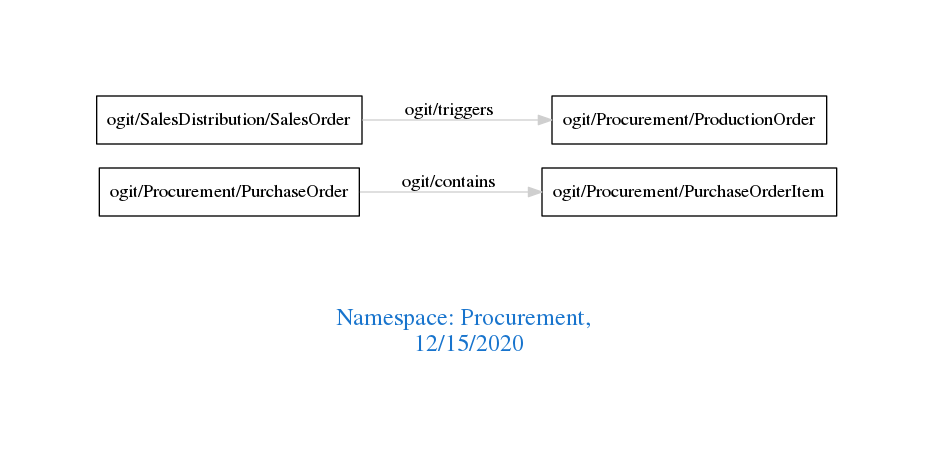
Before: downloads/Procurement.png, a diagram exported from Graphviz (arago/OGIT). Its source is kept beside it as downloads/Procurement.dot. Its diagram source:
```dot
digraph OGIT_ontology {
 graph [ rankdir= LR,pad=1
fontsize = 18,
fontcolor= dodgerblue3,label = "\n\n\nNamespace: Procurement, \n 12/15/2020"];
node[shape=polygon];
edge [  color="gray81"];

   "ogit/Procurement/PurchaseOrder" -> "ogit/Procurement/PurchaseOrderItem" [label="   ogit/contains    "];
   "ogit/SalesDistribution/SalesOrder" -> "ogit/Procurement/ProductionOrder" [label="   ogit/triggers    "];
}
```
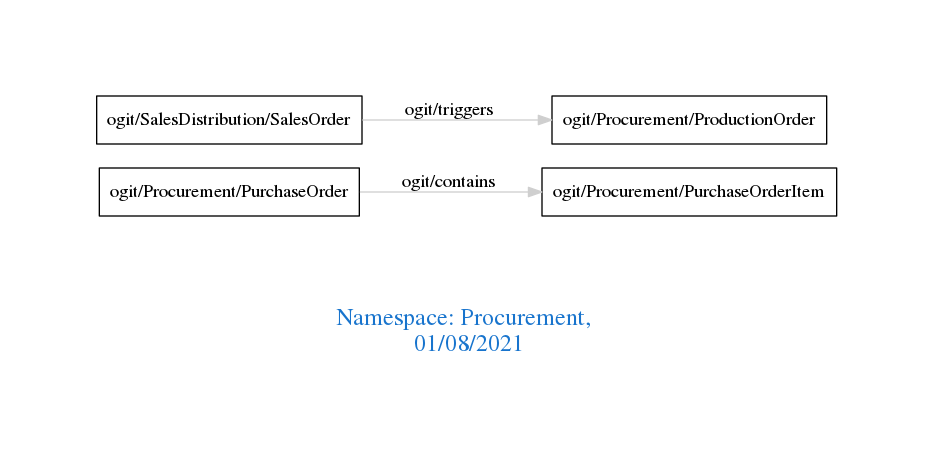
Later version of the same file.

Diff of the diagram source:
```diff
@@ -1,7 +1,7 @@
 digraph OGIT_ontology {
  graph [ rankdir= LR,pad=1
 fontsize = 18,
-fontcolor= dodgerblue3,label = "\n\n\nNamespace: Procurement, \n 12/15/2020"];
+fontcolor= dodgerblue3,label = "\n\n\nNamespace: Procurement, \n 01/08/2021"];
 node[shape=polygon];
 edge [  color="gray81"];
 
```
